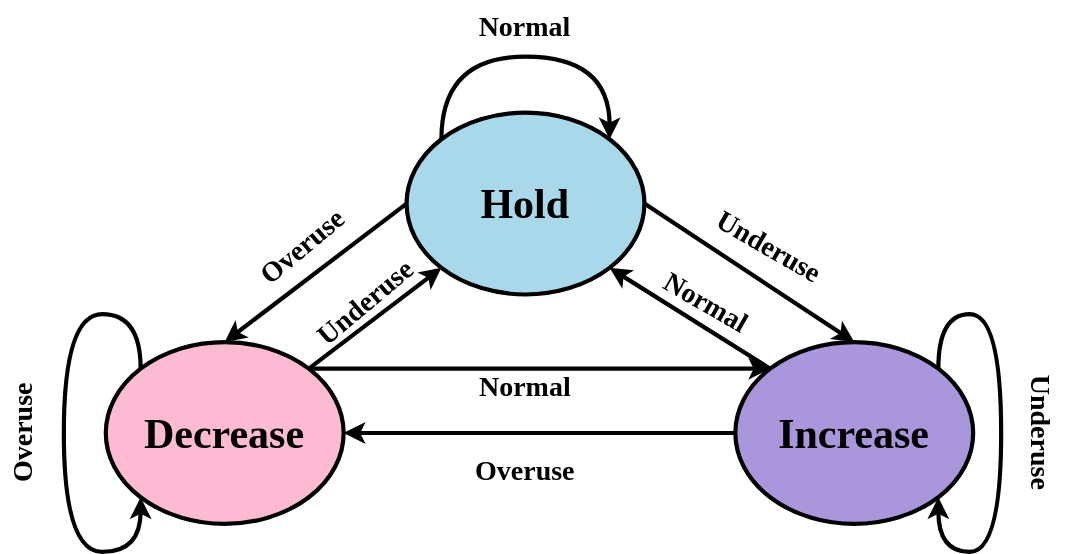
Above: state_machine.svg in xiaosayin/c-educoder (draw.io), before the change. Source tidied: cells renumbered, new cells last; positions are measured from the earlier drawing's top-left corner, leaving out a move shared by most shapes.
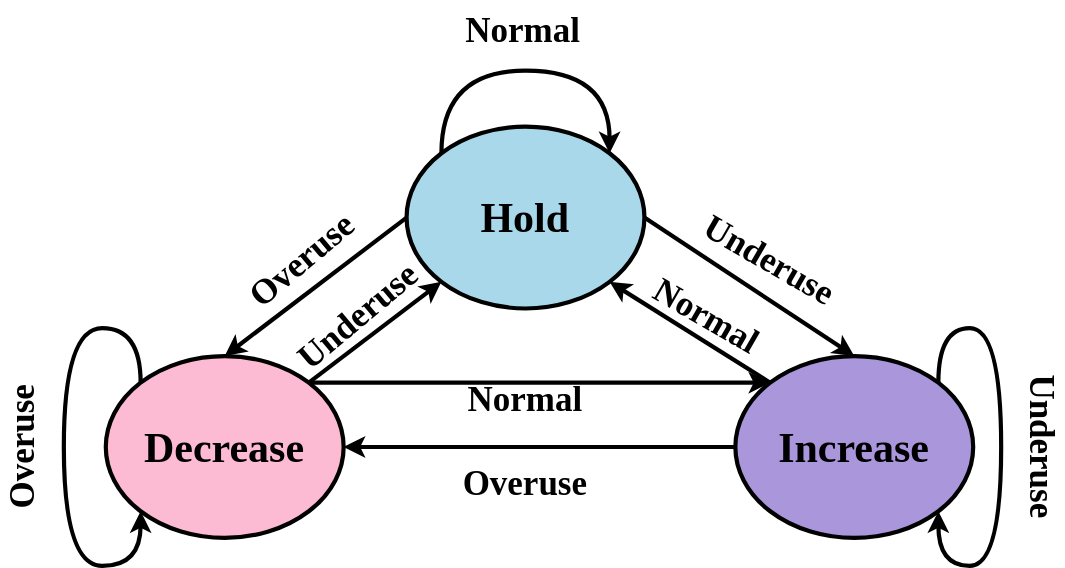
Later version of the same file.

Diff of the diagram source:
```diff
@@ -20,25 +20,25 @@
     <mxCell id="7" value="&lt;font style=&quot;font-size: 30px;&quot;&gt;Increase&lt;/font&gt;" style="ellipse;whiteSpace=wrap;html=1;fontFamily=Times New Roman;fontSize=20;strokeWidth=3;fillColor=#AA96DA;strokeColor=#000000;fontStyle=1;" parent="1" vertex="1">
       <mxGeometry x="540" y="244" width="170" height="130" as="geometry" />
     </mxCell>
-    <mxCell id="8" value="Overuse" style="text;html=1;strokeColor=none;fillColor=none;align=center;verticalAlign=middle;whiteSpace=wrap;rounded=0;fontFamily=Times New Roman;fontSize=20;rotation=-40;fontStyle=1;" parent="1" vertex="1">
+    <mxCell id="8" value="&lt;font style=&quot;font-size: 25px;&quot;&gt;Overuse&lt;/font&gt;" style="text;html=1;strokeColor=none;fillColor=none;align=center;verticalAlign=middle;whiteSpace=wrap;rounded=0;fontFamily=Times New Roman;fontSize=20;rotation=-40;fontStyle=1;" parent="1" vertex="1">
       <mxGeometry x="200" y="160" width="60" height="30" as="geometry" />
     </mxCell>
-    <mxCell id="9" value="Normal" style="text;html=1;strokeColor=none;fillColor=none;align=center;verticalAlign=middle;whiteSpace=wrap;rounded=0;fontFamily=Times New Roman;fontSize=20;rotation=0;fontStyle=1;" parent="1" vertex="1">
+    <mxCell id="9" value="&lt;font style=&quot;font-size: 25px;&quot;&gt;Normal&lt;/font&gt;" style="text;html=1;strokeColor=none;fillColor=none;align=center;verticalAlign=middle;whiteSpace=wrap;rounded=0;fontFamily=Times New Roman;fontSize=20;rotation=0;fontStyle=1;" parent="1" vertex="1">
       <mxGeometry x="360" y="260" width="60" height="30" as="geometry" />
     </mxCell>
-    <mxCell id="10" value="Normal" style="text;html=1;strokeColor=none;fillColor=none;align=center;verticalAlign=middle;whiteSpace=wrap;rounded=0;fontFamily=Times New Roman;fontSize=20;rotation=30;fontStyle=1;" parent="1" vertex="1">
+    <mxCell id="10" value="&lt;font style=&quot;font-size: 25px;&quot;&gt;Normal&lt;/font&gt;" style="text;html=1;strokeColor=none;fillColor=none;align=center;verticalAlign=middle;whiteSpace=wrap;rounded=0;fontFamily=Times New Roman;fontSize=20;rotation=30;fontStyle=1;" parent="1" vertex="1">
       <mxGeometry x="490" y="200" width="60" height="30" as="geometry" />
     </mxCell>
-    <mxCell id="11" value="Overuse" style="text;html=1;strokeColor=none;fillColor=none;align=center;verticalAlign=middle;whiteSpace=wrap;rounded=0;fontFamily=Times New Roman;fontSize=20;rotation=0;fontStyle=1;" parent="1" vertex="1">
+    <mxCell id="11" value="&lt;font style=&quot;font-size: 25px;&quot;&gt;Overuse&lt;/font&gt;" style="text;html=1;strokeColor=none;fillColor=none;align=center;verticalAlign=middle;whiteSpace=wrap;rounded=0;fontFamily=Times New Roman;fontSize=20;rotation=0;fontStyle=1;" parent="1" vertex="1">
       <mxGeometry x="360" y="320" width="60" height="30" as="geometry" />
     </mxCell>
     <mxCell id="12" style="edgeStyle=none;rounded=0;orthogonalLoop=1;jettySize=auto;html=1;exitX=0.5;exitY=1;exitDx=0;exitDy=0;fontFamily=Times New Roman;fontSize=20;fontColor=#00FF00;fontStyle=1;" parent="1" edge="1" source="11" target="11">
       <mxGeometry relative="1" as="geometry" />
     </mxCell>
-    <mxCell id="13" value="&lt;font color=&quot;#000000&quot;&gt;Underuse&lt;/font&gt;" style="text;html=1;strokeColor=none;fillColor=none;align=center;verticalAlign=middle;whiteSpace=wrap;rounded=0;fontFamily=Times New Roman;fontSize=20;fontColor=#00FFFF;fontStyle=1;rotation=-40;" parent="1" vertex="1">
-      <mxGeometry x="245" y="200" width="60" height="30" as="geometry" />
+    <mxCell id="13" value="&lt;font style=&quot;font-size: 25px;&quot; color=&quot;#000000&quot;&gt;Underuse&lt;/font&gt;" style="text;html=1;strokeColor=none;fillColor=none;align=center;verticalAlign=middle;whiteSpace=wrap;rounded=0;fontFamily=Times New Roman;fontSize=20;fontColor=#00FFFF;fontStyle=1;rotation=-40;" parent="1" vertex="1">
+      <mxGeometry x="240" y="200" width="60" height="30" as="geometry" />
     </mxCell>
-    <mxCell id="14" value="&lt;font color=&quot;#000000&quot;&gt;Underuse&lt;/font&gt;" style="text;html=1;strokeColor=none;fillColor=none;align=center;verticalAlign=middle;whiteSpace=wrap;rounded=0;fontFamily=Times New Roman;fontSize=20;fontColor=#00FFFF;rotation=30;fontStyle=1;" parent="1" vertex="1">
+    <mxCell id="14" value="&lt;font style=&quot;font-size: 25px;&quot; color=&quot;#000000&quot;&gt;Underuse&lt;/font&gt;" style="text;html=1;strokeColor=none;fillColor=none;align=center;verticalAlign=middle;whiteSpace=wrap;rounded=0;fontFamily=Times New Roman;fontSize=20;fontColor=#00FFFF;rotation=30;fontStyle=1;" parent="1" vertex="1">
       <mxGeometry x="535" y="160" width="60" height="30" as="geometry" />
     </mxCell>
     <mxCell id="15" style="edgeStyle=none;rounded=0;jettySize=auto;html=1;exitX=0;exitY=0.5;exitDx=0;exitDy=0;entryX=0.5;entryY=0;entryDx=0;entryDy=0;fontSize=30;strokeWidth=3;" parent="1" edge="1" source="17" target="4">
@@ -50,13 +50,13 @@
     <mxCell id="17" value="&lt;font color=&quot;#000000&quot; style=&quot;font-size: 30px;&quot;&gt;Hold&lt;/font&gt;" style="ellipse;whiteSpace=wrap;html=1;fontFamily=Times New Roman;fontSize=20;strokeWidth=3;strokeColor=#000000;fillColor=#A8D8EA;fontColor=#00CC00;fontStyle=1;" parent="1" vertex="1">
       <mxGeometry x="305" y="80" width="170" height="130" as="geometry" />
     </mxCell>
-    <mxCell id="18" value="&lt;font color=&quot;#000000&quot;&gt;&amp;nbsp; Normal&lt;/font&gt;" style="text;whiteSpace=wrap;html=1;fontSize=20;fontFamily=Times New Roman;fontColor=#00CC00;fontStyle=1;" parent="1" vertex="1">
-      <mxGeometry x="345" width="90" height="50" as="geometry" />
+    <mxCell id="18" value="&lt;font style=&quot;font-size: 25px;&quot; color=&quot;#000000&quot;&gt;&amp;nbsp; Normal&lt;/font&gt;" style="text;whiteSpace=wrap;html=1;fontSize=20;fontFamily=Times New Roman;fontColor=#00CC00;fontStyle=1;" parent="1" vertex="1">
+      <mxGeometry x="332.5" y="-10" width="115" height="40" as="geometry" />
     </mxCell>
-    <mxCell id="19" value="Overuse" style="text;html=1;strokeColor=none;fillColor=none;align=center;verticalAlign=middle;whiteSpace=wrap;rounded=0;fontFamily=Times New Roman;fontSize=20;rotation=270;fontStyle=1;" parent="1" vertex="1">
+    <mxCell id="19" value="&lt;font style=&quot;font-size: 25px;&quot;&gt;Overuse&lt;/font&gt;" style="text;html=1;strokeColor=none;fillColor=none;align=center;verticalAlign=middle;whiteSpace=wrap;rounded=0;fontFamily=Times New Roman;fontSize=20;rotation=270;fontStyle=1;" parent="1" vertex="1">
       <mxGeometry y="294" width="60" height="30" as="geometry" />
     </mxCell>
-    <mxCell id="20" value="Underuse" style="text;html=1;strokeColor=none;fillColor=none;align=center;verticalAlign=middle;whiteSpace=wrap;rounded=0;fontFamily=Times New Roman;fontSize=20;rotation=90;fontStyle=1;" parent="1" vertex="1">
+    <mxCell id="20" value="&lt;font style=&quot;font-size: 25px;&quot;&gt;Underuse&lt;/font&gt;" style="text;html=1;strokeColor=none;fillColor=none;align=center;verticalAlign=middle;whiteSpace=wrap;rounded=0;fontFamily=Times New Roman;fontSize=20;rotation=90;fontStyle=1;" parent="1" vertex="1">
       <mxGeometry x="730" y="294" width="60" height="30" as="geometry" />
     </mxCell>
     <mxCell id="21" style="edgeStyle=orthogonalEdgeStyle;rounded=0;orthogonalLoop=1;jettySize=auto;html=1;exitX=0;exitY=0;exitDx=0;exitDy=0;entryX=1;entryY=0;entryDx=0;entryDy=0;strokeWidth=3;fontSize=30;curved=1;" parent="1" edge="1" source="17" target="17">
```
